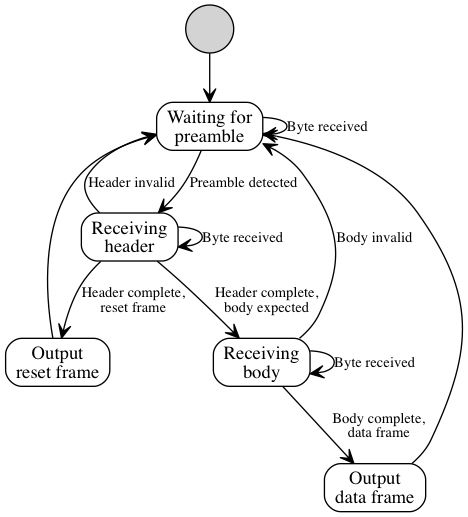
Earlier version of the Graphviz export docs/statechart.png (basilfx/python-tinylink). Its source is kept beside it as docs/statechart.dot. Its diagram source:
```dot
digraph G {
    rankdir=TD
    edge[fontsize="11" arrowhead=open]

    start[shape=circle, style=filled, label=""]

    waiting_for_preamble[shape=box, style=rounded, label="Waiting for\npreamble"]
    receiving_header[shape=box, style=rounded, label="Receiving\nheader"]
    receiving_body[shape=box, style=rounded, label="Receiving\nbody"]

    output_reset_frame[shape=box, style=rounded, label="Output\nreset frame"]
    output_data_frame[shape=box, style=rounded, label="Output\ndata frame"]

    start -> waiting_for_preamble

    waiting_for_preamble -> waiting_for_preamble[label="Byte received"]
    waiting_for_preamble -> receiving_header[label="Preamble detected"]

    receiving_header -> receiving_header[label="Byte received"]
    receiving_header -> receiving_body[label="Header complete,\nbody expected"]
    receiving_header -> waiting_for_preamble[label="Header invalid"]

    receiving_header -> output_reset_frame[label="Header complete,\nreset frame"]
    output_reset_frame -> waiting_for_preamble

    receiving_body -> receiving_body[label="Byte received"]
    receiving_body -> waiting_for_preamble[label="Body invalid"]

    receiving_body -> output_data_frame[label="Body complete,\ndata frame"]
    output_data_frame -> waiting_for_preamble
}
```
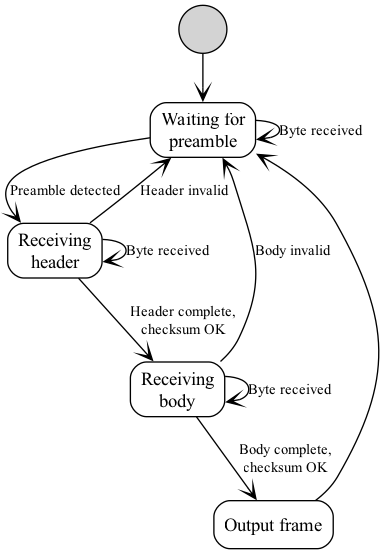
After the commit.

Diff of the diagram source:
```diff
@@ -8,8 +8,7 @@
     receiving_header[shape=box, style=rounded, label="Receiving\nheader"]
     receiving_body[shape=box, style=rounded, label="Receiving\nbody"]
 
-    output_reset_frame[shape=box, style=rounded, label="Output\nreset frame"]
-    output_data_frame[shape=box, style=rounded, label="Output\ndata frame"]
+    output_frame[shape=box, style=rounded, label="Output frame"]
 
     start -> waiting_for_preamble
 
@@ -17,15 +16,12 @@
     waiting_for_preamble -> receiving_header[label="Preamble detected"]
 
     receiving_header -> receiving_header[label="Byte received"]
-    receiving_header -> receiving_body[label="Header complete,\nbody expected"]
+    receiving_header -> receiving_body[label="Header complete,\nchecksum OK"]
     receiving_header -> waiting_for_preamble[label="Header invalid"]
-
-    receiving_header -> output_reset_frame[label="Header complete,\nreset frame"]
-    output_reset_frame -> waiting_for_preamble
 
     receiving_body -> receiving_body[label="Byte received"]
     receiving_body -> waiting_for_preamble[label="Body invalid"]
 
-    receiving_body -> output_data_frame[label="Body complete,\ndata frame"]
-    output_data_frame -> waiting_for_preamble
+    receiving_body -> output_frame[label="Body complete,\nchecksum OK"]
+    output_frame -> waiting_for_preamble
 }
```
